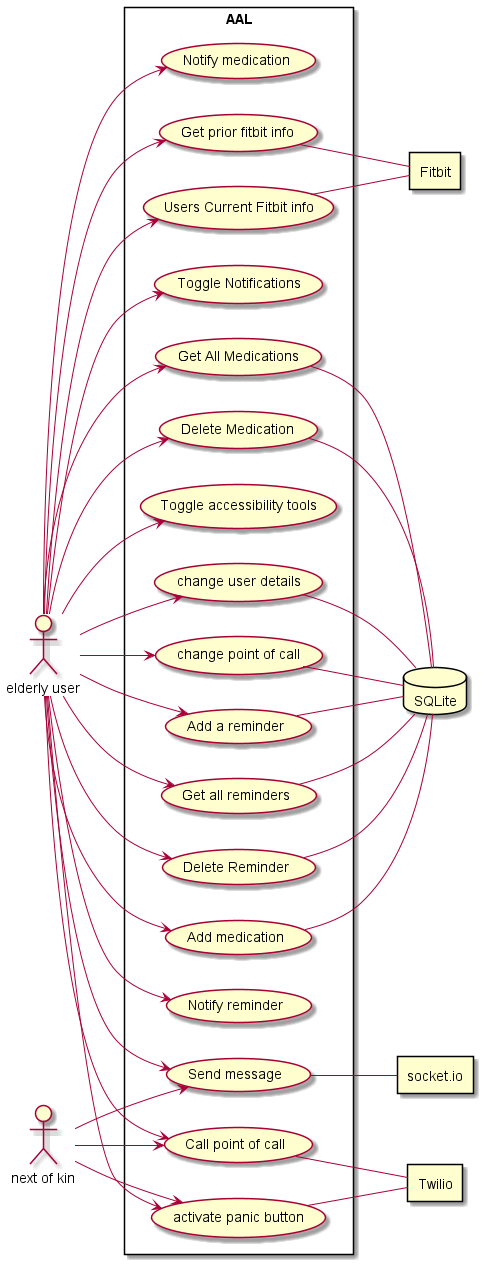
Before: designs/useCase.png/AAL-living UseCases.png, a diagram exported from PlantUML (gurvirdhillon/AAL-project).
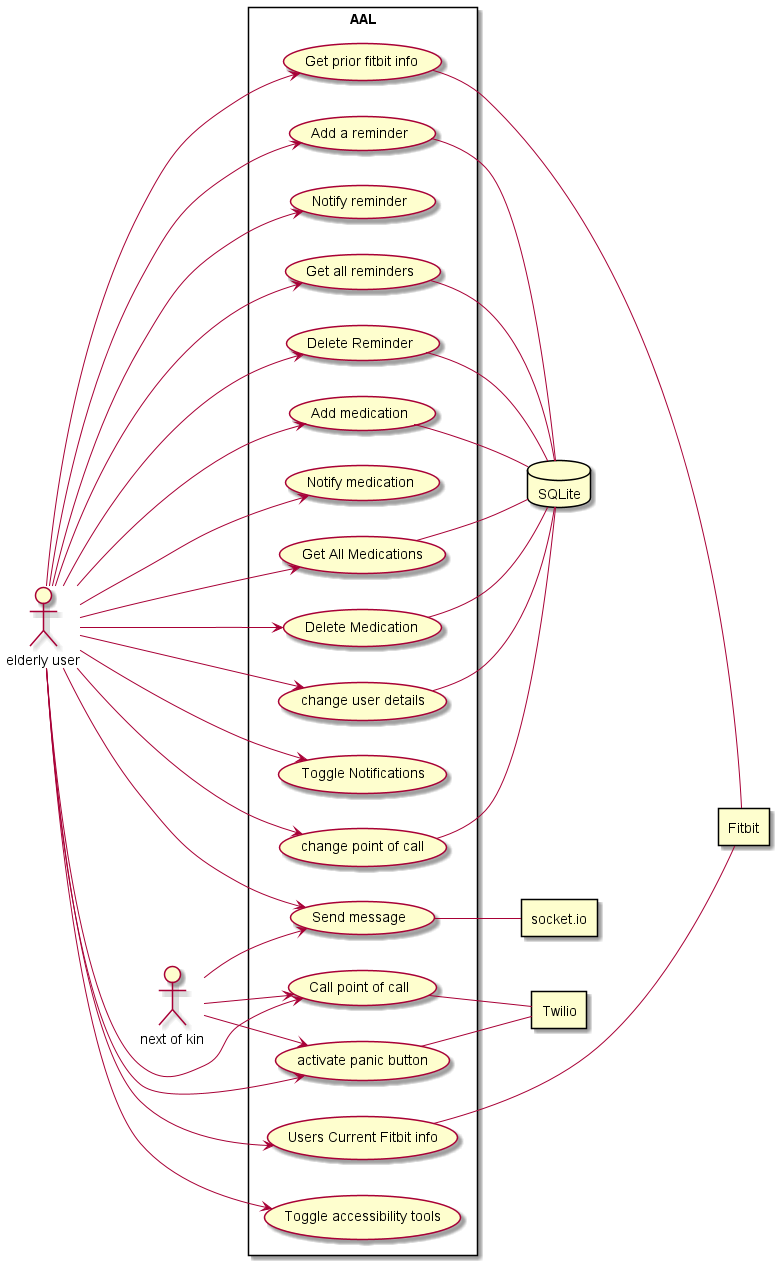
Later version of the same file.

Commit message:
diagram lines overlapping less

The edit, as a diff of the source:
```diff
@@ -6,22 +6,22 @@
 rectangle "AAL" as AAL {
   left to right direction
 
-ElderlyUser --> (Add a reminder)
-ElderlyUser --> (Notify reminder)
-ElderlyUser --> (Get all reminders)
-ElderlyUser --> (Delete Reminder)
-ElderlyUser --> (Add medication)
+ElderlyUser ---> (Add a reminder)
+ElderlyUser ---> (Notify reminder)
+ElderlyUser ---> (Get all reminders)
+ElderlyUser ---> (Delete Reminder)
+ElderlyUser ---> (Add medication)
 ElderlyUser --> (Notify medication)
 ElderlyUser --> (Get All Medications)
 ElderlyUser --> (Delete Medication)
-ElderlyUser ----> (Call point of call)
-ElderlyUser --> (Send message)
-ElderlyUser --> (activate panic button)
+ElderlyUser ---> (Call point of call)
+ElderlyUser ---> (Send message)
+ElderlyUser ---> (activate panic button)
 ElderlyUser --> (change user details)
 ElderlyUser --> (Toggle Notifications)
-ElderlyUser --> (Toggle accessibility tools)
+ElderlyUser ----> (Toggle accessibility tools)
 ElderlyUser --> (change point of call)
-ElderlyUser --> (Users Current Fitbit info)
+ElderlyUser ---> (Users Current Fitbit info)
 ElderlyUser --> (Get prior fitbit info)
 
 NextOfKin --> (Send message)
@@ -35,11 +35,10 @@
 database "SQLite" as DB
 rectangle "socket.io" as SocketIO
 
-
 (activate panic button) -- TwilioAPI
 (Call point of call) -- TwilioAPI
-(Users Current Fitbit info) -- FitbitAPI
-(Get prior fitbit info) -- FitbitAPI
+(Users Current Fitbit info) ---- FitbitAPI
+(Get prior fitbit info) --- FitbitAPI
 
 (Add a reminder) -- DB
 (Get all reminders) -- DB
```
